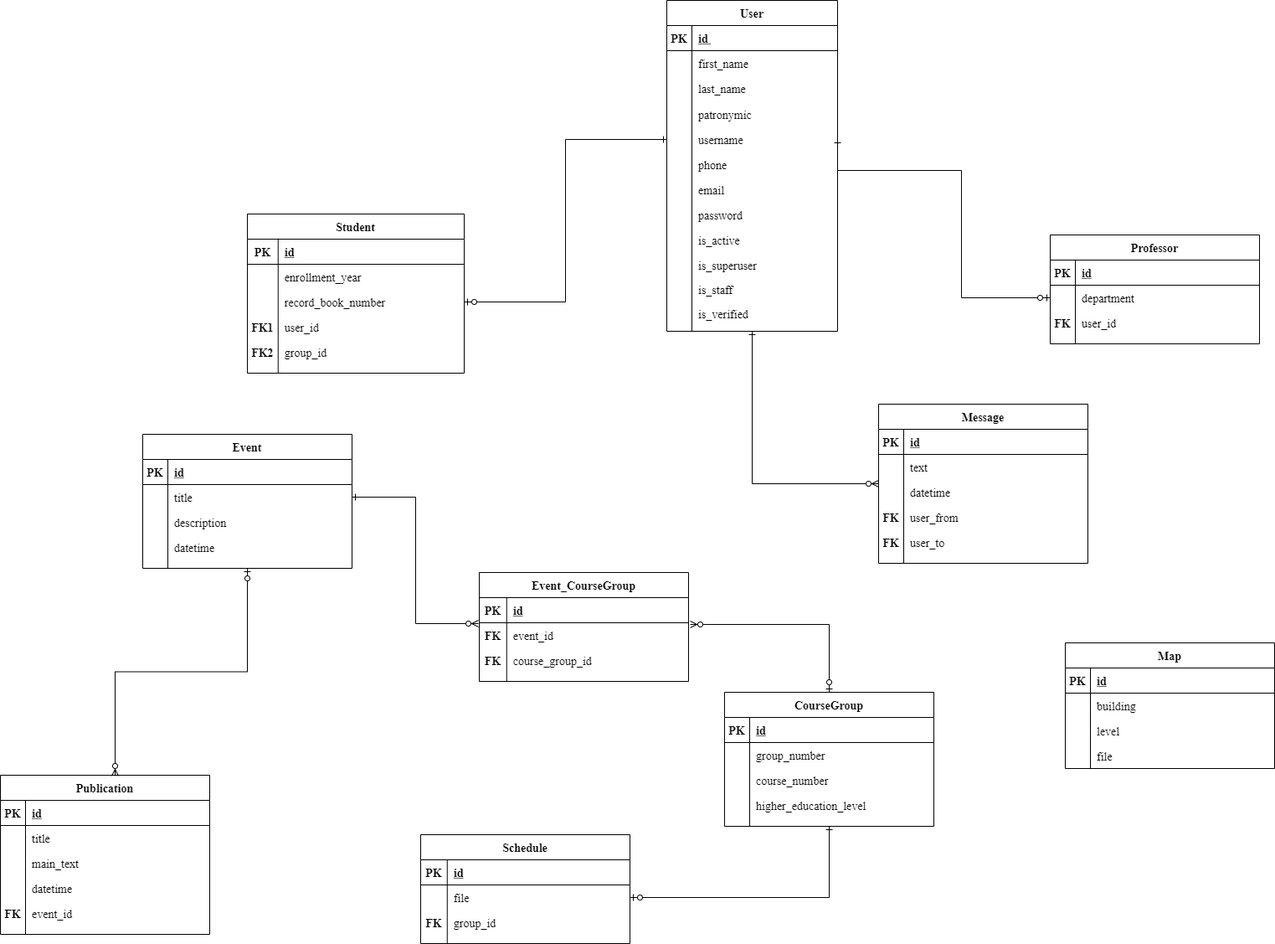
Above: diagrams/ER diagram/ER diagram.png in NerdSmith/MyCSF_App (draw.io), before the change. Source tidied: cells renumbered, new cells last; positions are measured from the earlier drawing's top-left corner, leaving out a move shared by most shapes.
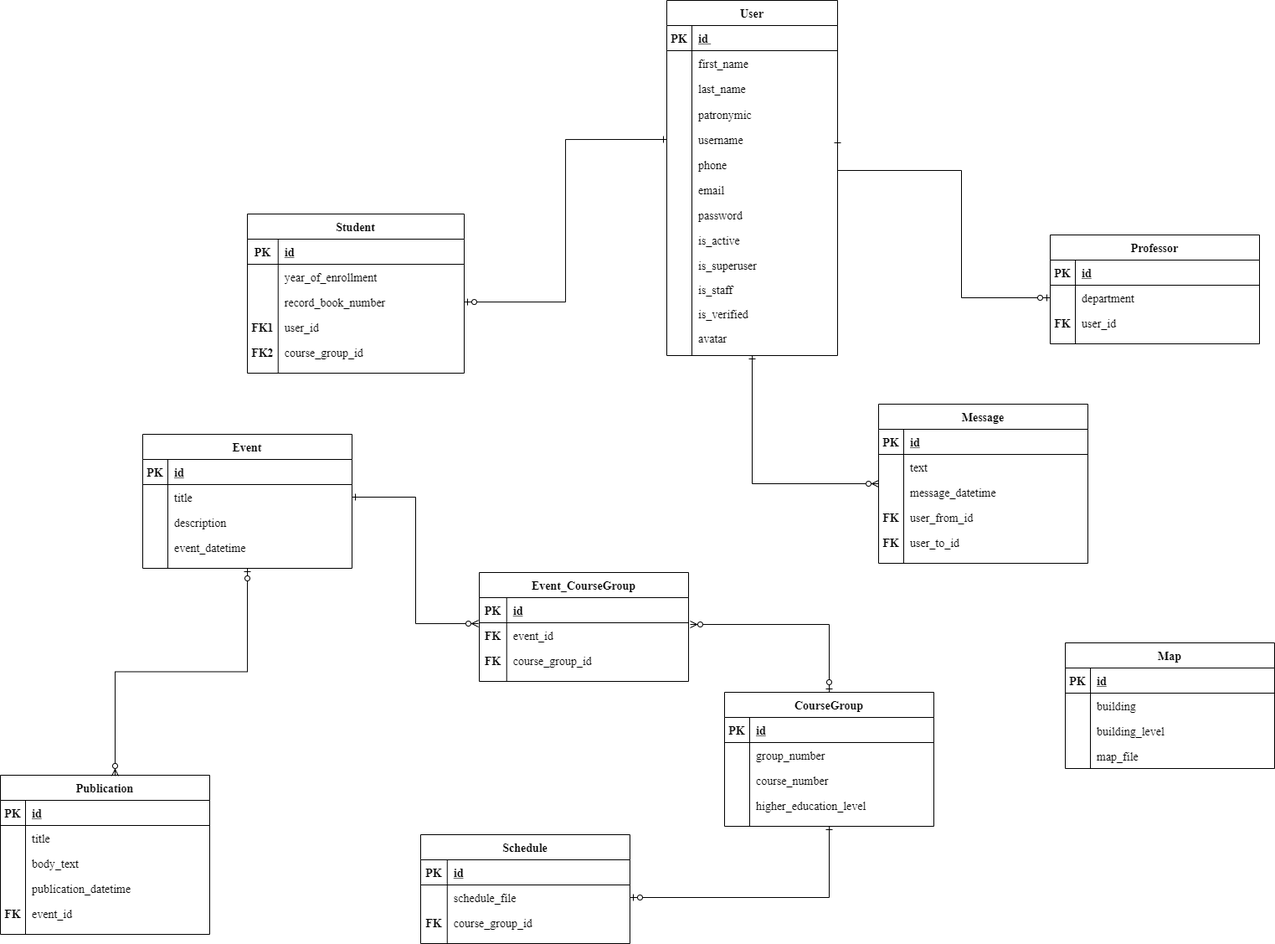
The same file after the commit.

Diff of the diagram source:
```diff
@@ -3,7 +3,7 @@
     <mxCell id="0" />
     <mxCell id="1" parent="0" />
     <mxCell id="2" value="User" style="shape=table;startSize=30;rowLines=0;fontStyle=1;align=center;fontSize=14;fontFamily=Times New Roman;" parent="1" vertex="1">
-      <mxGeometry x="796" width="204" height="395" as="geometry" />
+      <mxGeometry x="796" width="204" height="424" as="geometry" />
     </mxCell>
     <mxCell id="3" style="shape=partialRectangle;fillColor=none;top=0;left=0;right=0;bottom=1;fontSize=14;fontFamily=Times New Roman;" parent="2" vertex="1">
       <mxGeometry y="30" width="204" height="30" as="geometry" />
@@ -113,6 +113,15 @@
     <mxCell id="38" value="is_verified" style="shape=partialRectangle;overflow=hidden;fillColor=none;top=0;left=0;bottom=0;right=0;align=left;spacingLeft=6;fontSize=14;fontFamily=Times New Roman;" parent="36" vertex="1">
       <mxGeometry x="30" width="174" height="29" as="geometry" />
     </mxCell>
+    <mxCell id="163" style="shape=partialRectangle;fillColor=none;top=0;left=0;right=0;bottom=0;fontSize=14;fontFamily=Times New Roman;" parent="2" vertex="1">
+      <mxGeometry y="388" width="204" height="29" as="geometry" />
+    </mxCell>
+    <mxCell id="164" style="shape=partialRectangle;overflow=hidden;fillColor=none;top=0;left=0;bottom=0;right=0;fontSize=14;fontFamily=Times New Roman;" parent="163" vertex="1">
+      <mxGeometry width="30" height="29" as="geometry" />
+    </mxCell>
+    <mxCell id="165" value="avatar" style="shape=partialRectangle;overflow=hidden;fillColor=none;top=0;left=0;bottom=0;right=0;align=left;spacingLeft=6;fontSize=14;fontFamily=Times New Roman;" parent="163" vertex="1">
+      <mxGeometry x="30" width="174" height="29" as="geometry" />
+    </mxCell>
     <mxCell id="39" value="Student" style="shape=table;startSize=30;rowLines=0;fontStyle=1;align=center;fontSize=14;fontFamily=Times New Roman;" parent="1" vertex="1">
       <mxGeometry x="295" y="255" width="259" height="190" as="geometry" />
     </mxCell>
@@ -131,7 +140,7 @@
     <mxCell id="44" style="shape=partialRectangle;overflow=hidden;fillColor=none;top=0;left=0;bottom=0;right=0;fontSize=14;fontFamily=Times New Roman;" parent="43" vertex="1">
       <mxGeometry width="36.8" height="30" as="geometry" />
     </mxCell>
-    <mxCell id="45" value="enrollment_year" style="shape=partialRectangle;overflow=hidden;fillColor=none;top=0;left=0;bottom=0;right=0;align=left;spacingLeft=6;fontSize=14;fontFamily=Times New Roman;" parent="43" vertex="1">
+    <mxCell id="45" value="year_of_enrollment" style="shape=partialRectangle;overflow=hidden;fillColor=none;top=0;left=0;bottom=0;right=0;align=left;spacingLeft=6;fontSize=14;fontFamily=Times New Roman;" parent="43" vertex="1">
       <mxGeometry x="36.8" width="222.2" height="30" as="geometry" />
     </mxCell>
     <mxCell id="46" style="shape=partialRectangle;fillColor=none;points=[[0,0.5],[1,0.5]];portConstraint=eastwest;top=0;left=0;right=0;bottom=0;fontSize=14;fontFamily=Times New Roman;" parent="39" vertex="1">
@@ -158,7 +167,7 @@
     <mxCell id="53" value="FK2" style="shape=partialRectangle;overflow=hidden;fillColor=none;top=0;left=0;bottom=0;right=0;fontStyle=1;fontSize=14;fontFamily=Times New Roman;" parent="52" vertex="1">
       <mxGeometry width="36.8" height="30" as="geometry" />
     </mxCell>
-    <mxCell id="54" value="group_id" style="shape=partialRectangle;overflow=hidden;fillColor=none;top=0;left=0;bottom=0;right=0;align=left;spacingLeft=6;fontSize=14;fontFamily=Times New Roman;" parent="52" vertex="1">
+    <mxCell id="54" value="course_group_id" style="shape=partialRectangle;overflow=hidden;fillColor=none;top=0;left=0;bottom=0;right=0;align=left;spacingLeft=6;fontSize=14;fontFamily=Times New Roman;" parent="52" vertex="1">
       <mxGeometry x="36.8" width="222.2" height="30" as="geometry" />
     </mxCell>
     <mxCell id="55" value="Professor" style="shape=table;startSize=30;rowLines=0;fontStyle=1;align=center;fontSize=14;fontFamily=Times New Roman;" parent="1" vertex="1">
@@ -232,7 +241,7 @@
     <mxCell id="76" style="shape=partialRectangle;overflow=hidden;fillColor=none;top=0;left=0;bottom=0;right=0;fontSize=14;fontFamily=Times New Roman;" parent="75" vertex="1">
       <mxGeometry width="30" height="30" as="geometry" />
     </mxCell>
-    <mxCell id="77" value="datetime" style="shape=partialRectangle;overflow=hidden;fillColor=none;top=0;left=0;bottom=0;right=0;align=left;spacingLeft=6;fontSize=14;fontFamily=Times New Roman;" parent="75" vertex="1">
+    <mxCell id="77" value="message_datetime" style="shape=partialRectangle;overflow=hidden;fillColor=none;top=0;left=0;bottom=0;right=0;align=left;spacingLeft=6;fontSize=14;fontFamily=Times New Roman;" parent="75" vertex="1">
       <mxGeometry x="30" width="220" height="30" as="geometry" />
     </mxCell>
     <mxCell id="78" style="shape=partialRectangle;fillColor=none;top=0;left=0;right=0;bottom=0;fontSize=14;fontFamily=Times New Roman;" parent="68" vertex="1">
@@ -241,7 +250,7 @@
     <mxCell id="79" value="FK" style="shape=partialRectangle;overflow=hidden;fillColor=none;top=0;left=0;bottom=0;right=0;fontStyle=1;fontSize=14;fontFamily=Times New Roman;" parent="78" vertex="1">
       <mxGeometry width="30" height="30" as="geometry" />
     </mxCell>
-    <mxCell id="80" value="user_from" style="shape=partialRectangle;overflow=hidden;fillColor=none;top=0;left=0;bottom=0;right=0;align=left;spacingLeft=6;fontSize=14;fontFamily=Times New Roman;" parent="78" vertex="1">
+    <mxCell id="80" value="user_from_id" style="shape=partialRectangle;overflow=hidden;fillColor=none;top=0;left=0;bottom=0;right=0;align=left;spacingLeft=6;fontSize=14;fontFamily=Times New Roman;" parent="78" vertex="1">
       <mxGeometry x="30" width="220" height="30" as="geometry" />
     </mxCell>
     <mxCell id="81" style="shape=partialRectangle;fillColor=none;top=0;left=0;right=0;bottom=0;fontSize=14;fontFamily=Times New Roman;" parent="68" vertex="1">
@@ -250,7 +259,7 @@
     <mxCell id="82" value="FK" style="shape=partialRectangle;overflow=hidden;fillColor=none;top=0;left=0;bottom=0;right=0;fontStyle=1;fontSize=14;fontFamily=Times New Roman;" parent="81" vertex="1">
       <mxGeometry width="30" height="30" as="geometry" />
     </mxCell>
-    <mxCell id="83" value="user_to" style="shape=partialRectangle;overflow=hidden;fillColor=none;top=0;left=0;bottom=0;right=0;align=left;spacingLeft=6;fontSize=14;fontFamily=Times New Roman;" parent="81" vertex="1">
+    <mxCell id="83" value="user_to_id" style="shape=partialRectangle;overflow=hidden;fillColor=none;top=0;left=0;bottom=0;right=0;align=left;spacingLeft=6;fontSize=14;fontFamily=Times New Roman;" parent="81" vertex="1">
       <mxGeometry x="30" width="220" height="30" as="geometry" />
     </mxCell>
     <mxCell id="84" value="Event" style="shape=table;startSize=30;rowLines=0;fontStyle=1;align=center;fontSize=14;fontFamily=Times New Roman;" parent="1" vertex="1">
@@ -289,7 +298,7 @@
     <mxCell id="95" style="shape=partialRectangle;overflow=hidden;fillColor=none;top=0;left=0;bottom=0;right=0;fontStyle=1;fontSize=14;fontFamily=Times New Roman;" parent="94" vertex="1">
       <mxGeometry width="30" height="30" as="geometry" />
     </mxCell>
-    <mxCell id="96" value="datetime" style="shape=partialRectangle;overflow=hidden;fillColor=none;top=0;left=0;bottom=0;right=0;align=left;spacingLeft=6;fontSize=14;fontFamily=Times New Roman;" parent="94" vertex="1">
+    <mxCell id="96" value="event_datetime" style="shape=partialRectangle;overflow=hidden;fillColor=none;top=0;left=0;bottom=0;right=0;align=left;spacingLeft=6;fontSize=14;fontFamily=Times New Roman;" parent="94" vertex="1">
       <mxGeometry x="30" width="220" height="30" as="geometry" />
     </mxCell>
     <mxCell id="97" value="Publication" style="shape=table;startSize=30;rowLines=0;fontStyle=1;align=center;fontSize=14;fontFamily=Times New Roman;" parent="1" vertex="1">
@@ -319,7 +328,7 @@
     <mxCell id="105" style="shape=partialRectangle;overflow=hidden;fillColor=none;top=0;left=0;bottom=0;right=0;fontSize=14;fontFamily=Times New Roman;" parent="104" vertex="1">
       <mxGeometry width="30" height="30" as="geometry" />
     </mxCell>
-    <mxCell id="106" value="main_text" style="shape=partialRectangle;overflow=hidden;fillColor=none;top=0;left=0;bottom=0;right=0;align=left;spacingLeft=6;fontSize=14;fontFamily=Times New Roman;" parent="104" vertex="1">
+    <mxCell id="106" value="body_text" style="shape=partialRectangle;overflow=hidden;fillColor=none;top=0;left=0;bottom=0;right=0;align=left;spacingLeft=6;fontSize=14;fontFamily=Times New Roman;" parent="104" vertex="1">
       <mxGeometry x="30" width="220" height="30" as="geometry" />
     </mxCell>
     <mxCell id="107" style="shape=partialRectangle;fillColor=none;top=0;left=0;right=0;bottom=0;fontSize=14;fontFamily=Times New Roman;" parent="97" vertex="1">
@@ -328,7 +337,7 @@
     <mxCell id="108" style="shape=partialRectangle;overflow=hidden;fillColor=none;top=0;left=0;bottom=0;right=0;fontStyle=1;fontSize=14;fontFamily=Times New Roman;" parent="107" vertex="1">
       <mxGeometry width="30" height="30" as="geometry" />
     </mxCell>
-    <mxCell id="109" value="datetime" style="shape=partialRectangle;overflow=hidden;fillColor=none;top=0;left=0;bottom=0;right=0;align=left;spacingLeft=6;fontSize=14;fontFamily=Times New Roman;" parent="107" vertex="1">
+    <mxCell id="109" value="publication_datetime" style="shape=partialRectangle;overflow=hidden;fillColor=none;top=0;left=0;bottom=0;right=0;align=left;spacingLeft=6;fontSize=14;fontFamily=Times New Roman;" parent="107" vertex="1">
       <mxGeometry x="30" width="220" height="30" as="geometry" />
     </mxCell>
     <mxCell id="110" style="shape=partialRectangle;fillColor=none;top=0;left=0;right=0;bottom=0;fontSize=14;fontFamily=Times New Roman;" parent="97" vertex="1">
@@ -403,7 +412,7 @@
     <mxCell id="133" style="shape=partialRectangle;overflow=hidden;fillColor=none;top=0;left=0;bottom=0;right=0;fontSize=14;fontFamily=Times New Roman;" parent="132" vertex="1">
       <mxGeometry width="31.8" height="30" as="geometry" />
     </mxCell>
-    <mxCell id="134" value="file" style="shape=partialRectangle;overflow=hidden;fillColor=none;top=0;left=0;bottom=0;right=0;align=left;spacingLeft=6;fontSize=14;fontFamily=Times New Roman;" parent="132" vertex="1">
+    <mxCell id="134" value="schedule_file" style="shape=partialRectangle;overflow=hidden;fillColor=none;top=0;left=0;bottom=0;right=0;align=left;spacingLeft=6;fontSize=14;fontFamily=Times New Roman;" parent="132" vertex="1">
       <mxGeometry x="31.8" width="218.2" height="30" as="geometry" />
     </mxCell>
     <mxCell id="135" style="shape=partialRectangle;fillColor=none;top=0;left=0;right=0;bottom=0;fontSize=14;fontFamily=Times New Roman;" parent="128" vertex="1">
@@ -412,7 +421,7 @@
     <mxCell id="136" value="FK" style="shape=partialRectangle;overflow=hidden;fillColor=none;top=0;left=0;bottom=0;right=0;fontStyle=1;fontSize=14;fontFamily=Times New Roman;" parent="135" vertex="1">
       <mxGeometry width="31.8" height="30" as="geometry" />
     </mxCell>
-    <mxCell id="137" value="group_id" style="shape=partialRectangle;overflow=hidden;fillColor=none;top=0;left=0;bottom=0;right=0;align=left;spacingLeft=6;fontSize=14;fontFamily=Times New Roman;" parent="135" vertex="1">
+    <mxCell id="137" value="course_group_id" style="shape=partialRectangle;overflow=hidden;fillColor=none;top=0;left=0;bottom=0;right=0;align=left;spacingLeft=6;fontSize=14;fontFamily=Times New Roman;" parent="135" vertex="1">
       <mxGeometry x="31.8" width="218.2" height="30" as="geometry" />
     </mxCell>
     <mxCell id="138" style="edgeStyle=orthogonalEdgeStyle;rounded=0;jettySize=auto;html=1;entryX=0.5;entryY=1;entryDx=0;entryDy=0;startArrow=ERzeroToOne;startFill=1;endArrow=ERone;endFill=0;fontSize=14;fontFamily=Times New Roman;" parent="1" edge="1" source="132" target="115">
@@ -445,7 +454,7 @@
     <mxCell id="147" style="shape=partialRectangle;overflow=hidden;fillColor=none;top=0;left=0;bottom=0;right=0;fontStyle=1;fontSize=14;fontFamily=Times New Roman;" parent="146" vertex="1">
       <mxGeometry width="30" height="30" as="geometry" />
     </mxCell>
-    <mxCell id="148" value="level" style="shape=partialRectangle;overflow=hidden;fillColor=none;top=0;left=0;bottom=0;right=0;align=left;spacingLeft=6;fontSize=14;fontFamily=Times New Roman;" parent="146" vertex="1">
+    <mxCell id="148" value="building_level" style="shape=partialRectangle;overflow=hidden;fillColor=none;top=0;left=0;bottom=0;right=0;align=left;spacingLeft=6;fontSize=14;fontFamily=Times New Roman;" parent="146" vertex="1">
       <mxGeometry x="30" width="220" height="30" as="geometry" />
     </mxCell>
     <mxCell id="149" style="shape=partialRectangle;fillColor=none;top=0;left=0;right=0;bottom=0;fontSize=14;fontFamily=Times New Roman;" parent="139" vertex="1">
@@ -454,7 +463,7 @@
     <mxCell id="150" style="shape=partialRectangle;overflow=hidden;fillColor=none;top=0;left=0;bottom=0;right=0;fontStyle=1;fontSize=14;fontFamily=Times New Roman;" parent="149" vertex="1">
       <mxGeometry width="30" height="30" as="geometry" />
     </mxCell>
-    <mxCell id="151" value="file" style="shape=partialRectangle;overflow=hidden;fillColor=none;top=0;left=0;bottom=0;right=0;align=left;spacingLeft=6;fontSize=14;fontFamily=Times New Roman;" parent="149" vertex="1">
+    <mxCell id="151" value="map_file" style="shape=partialRectangle;overflow=hidden;fillColor=none;top=0;left=0;bottom=0;right=0;align=left;spacingLeft=6;fontSize=14;fontFamily=Times New Roman;" parent="149" vertex="1">
       <mxGeometry x="30" width="220" height="30" as="geometry" />
     </mxCell>
     <mxCell id="152" style="edgeStyle=orthogonalEdgeStyle;rounded=0;jettySize=auto;html=1;entryX=1;entryY=0.5;entryDx=0;entryDy=0;startArrow=ERzeroToMany;startFill=1;endArrow=ERone;endFill=0;fontSize=14;fontFamily=Times New Roman;" parent="1" edge="1" target="88">
```
